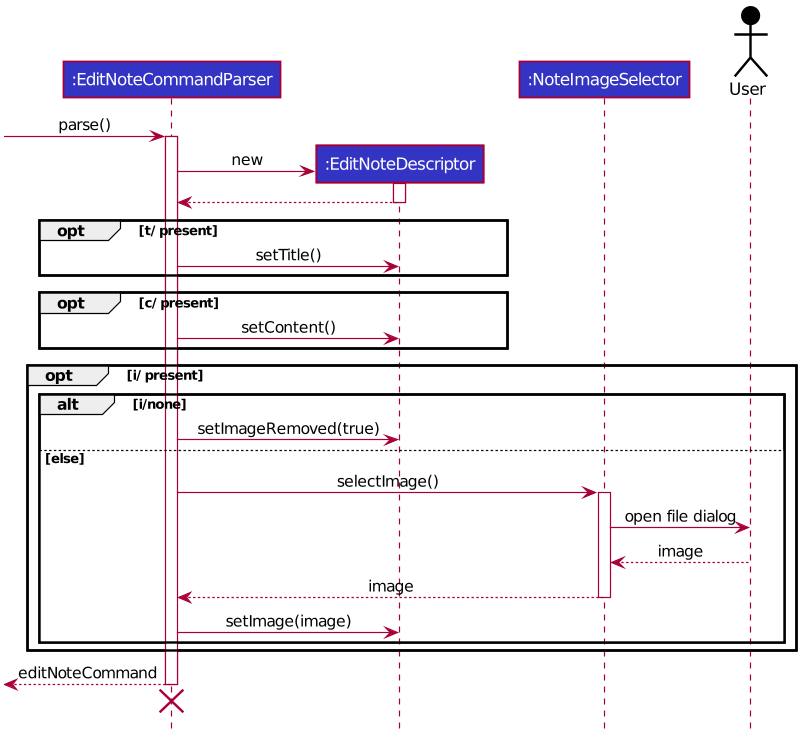
nus-cs2103-AY1920S1/addressbook-level3 keeps this PlantUML diagram as docs/images/ImageSelectionSequenceDiagram.png. Above is the earlier version. Its diagram source:
```plantuml
@startuml








skinparam BackgroundColor #FFFFFFF

skinparam Shadowing false

skinparam Class {
    FontColor #FFFFFF
    BorderThickness 1
    BorderColor #FFFFFF
    StereotypeFontColor #FFFFFF
    FontName Arial
}

skinparam Actor {
    BorderColor #000000
    Color #000000
    FontName Arial
}

skinparam Sequence {
    MessageAlign center
    BoxFontSize 15
    BoxPadding 0
    BoxFontColor #FFFFFF
    FontName Arial
}

skinparam Participant {
    FontColor #FFFFFFF
    Padding 20
}

skinparam MinClassWidth 50
skinparam ParticipantPadding 10
skinparam Shadowing false
skinparam DefaultTextAlignment center
skinparam packageStyle Rectangle

hide footbox
hide members
hide circle

participant ":EditNoteCommandParser" as ENCP #3333C4
participant ":EditNoteDescriptor" as END #3333C4
participant ":NoteImageSelector" as NIS #3333C4
Actor User as U #000000

[-> ENCP: parse()
activate ENCP
create END
ENCP -> END: new
activate END
END --> ENCP
deactivate END
opt t/ present
    ENCP -> END: setTitle()
end
opt c/ present
    ENCP -> END: setContent()
end
opt i/ present
    alt i/none
        ENCP -> END: setImageRemoved(true)
    else else
        ENCP -> NIS: selectImage()
        activate NIS
        NIS -> U: open file dialog
        NIS <-- U: image
        NIS --> ENCP: image
        deactivate NIS
        ENCP -> END: setImage(image)
    end
end
[<-- ENCP: editNoteCommand
deactivate ENCP
ENCP -[hidden]-> END
destroy ENCP
||10||
@enduml
```
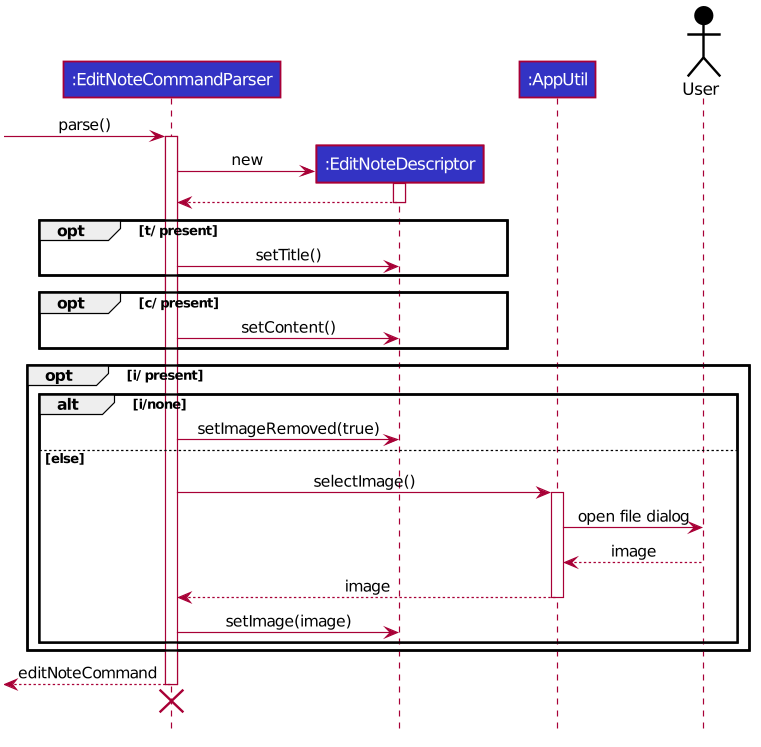
Above is the later version.

Change to the diagram source:
```diff
@@ -50,7 +50,7 @@
 
 participant ":EditNoteCommandParser" as ENCP #3333C4
 participant ":EditNoteDescriptor" as END #3333C4
-participant ":NoteImageSelector" as NIS #3333C4
+participant ":AppUtil" as NIS #3333C4
 Actor User as U #000000
 
 [-> ENCP: parse()
```
